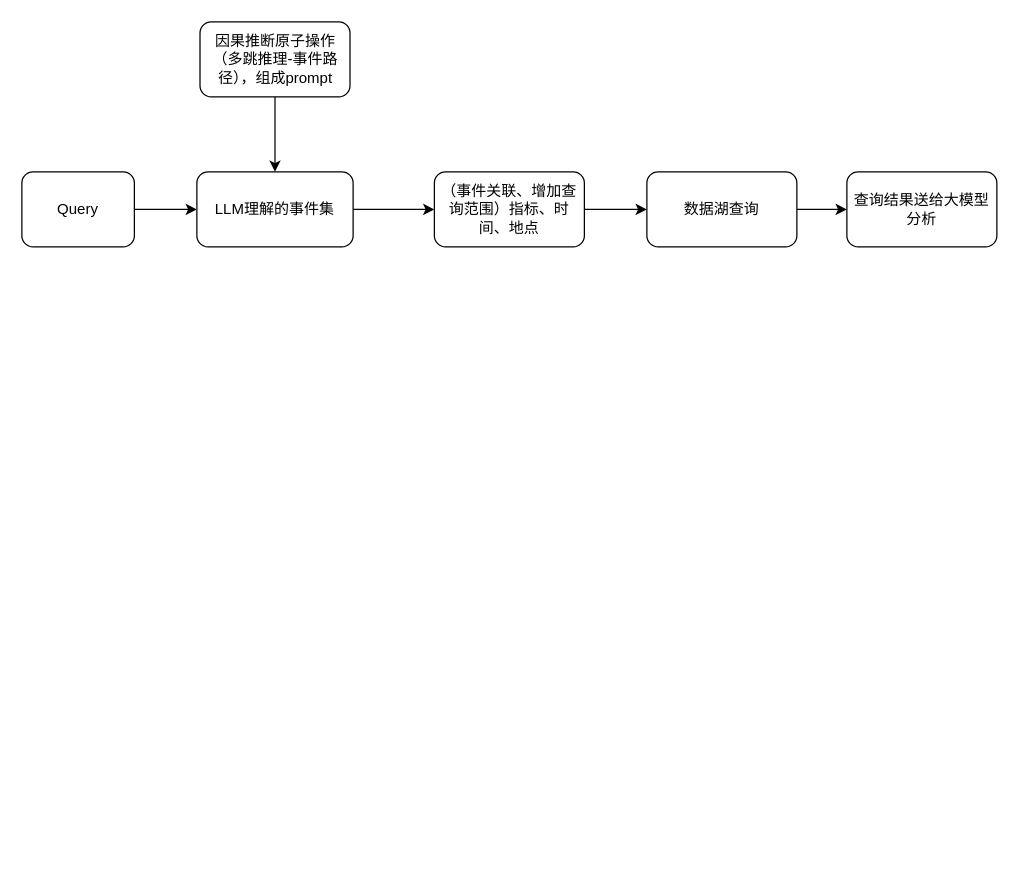
Above: 未命名绘图.drawio in HanYang1385/Master-Thesis (draw.io), before the change. Source tidied: cells renumbered, new cells numbered last; positions are measured from the earlier drawing's top-left corner, leaving out a move shared by most shapes. Both pictures are drawn from the tidied source at 125%, with x=0, y=0 at pixel (21, 21).
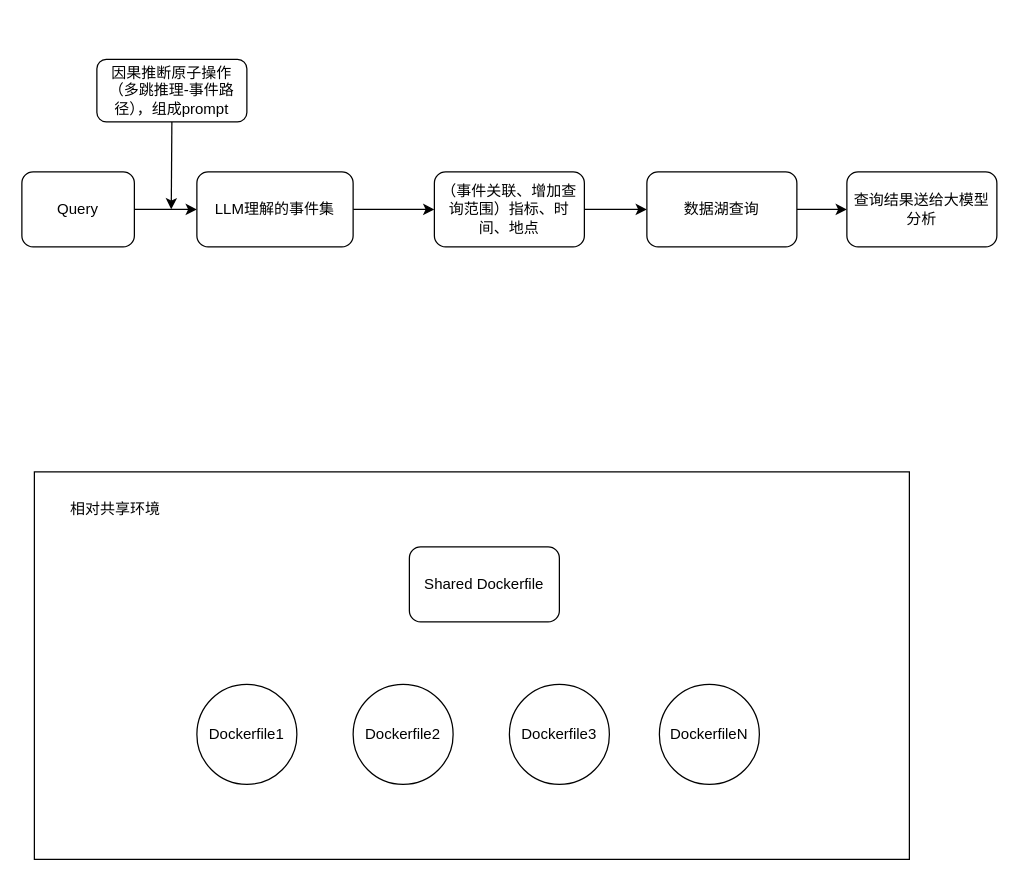
Above is the later version.

Commit message:
更新未命名绘图.drawio

The change refers to these unchanged cells:
```xml
<mxCell id="7" value="LLM理解的事件集" style="whiteSpace=wrap;html=1;rounded=1;" parent="1" vertex="1">
  <mxGeometry x="140" y="120" width="125" height="60" as="geometry" />
</mxCell>
```

The edit, as a diff of the source:
```diff
@@
+    <mxCell id="13" style="rounded=0;whiteSpace=wrap;html=1;" parent="1" vertex="1">
+      <mxGeometry x="10" y="360" width="700" height="310" as="geometry" />
+    </mxCell>
@@
-    <mxCell id="11" style="edgeStyle=orthogonalEdgeStyle;rounded=0;jettySize=auto;html=1;entryX=0.5;entryY=0;entryDx=0;entryDy=0;" parent="1" edge="1" source="12" target="7">
-      <mxGeometry relative="1" as="geometry" />
-    </mxCell>
+    <mxCell id="14" style="edgeStyle=orthogonalEdgeStyle;rounded=0;jettySize=auto;html=1;exitX=0.5;exitY=1;exitDx=0;exitDy=0;" parent="1" edge="1" source="12">
+      <mxGeometry relative="1" as="geometry">
+        <mxPoint x="119.5" y="150" as="targetPoint" />
+      </mxGeometry>
+    </mxCell>
     <mxCell id="12" value="因果推断原子操作（多跳推理-事件路径），组成prompt" style="rounded=1;whiteSpace=wrap;html=1;" parent="1" vertex="1">
-      <mxGeometry x="142.5" width="120" height="60" as="geometry" />
+      <mxGeometry x="60" y="30" width="120" height="50" as="geometry" />
     </mxCell>
+    <mxCell id="15" value="Shared Dockerfile" style="rounded=1;whiteSpace=wrap;html=1;" parent="1" vertex="1">
+      <mxGeometry x="310" y="420" width="120" height="60" as="geometry" />
+    </mxCell>
+    <mxCell id="16" value="Dockerfile1" style="ellipse;whiteSpace=wrap;html=1;" parent="1" vertex="1">
+      <mxGeometry x="140" y="530" width="80" height="80" as="geometry" />
+    </mxCell>
+    <mxCell id="17" value="Dockerfile2" style="ellipse;whiteSpace=wrap;html=1;" parent="1" vertex="1">
+      <mxGeometry x="265" y="530" width="80" height="80" as="geometry" />
+    </mxCell>
+    <mxCell id="18" value="Dockerfile3" style="ellipse;whiteSpace=wrap;html=1;" parent="1" vertex="1">
+      <mxGeometry x="390" y="530" width="80" height="80" as="geometry" />
+    </mxCell>
+    <mxCell id="19" value="DockerfileN" style="ellipse;whiteSpace=wrap;html=1;" parent="1" vertex="1">
+      <mxGeometry x="510" y="530" width="80" height="80" as="geometry" />
+    </mxCell>
+    <mxCell id="20" value="相对共享环境" style="text;html=1;strokeColor=none;fillColor=none;align=center;verticalAlign=middle;whiteSpace=wrap;rounded=0;" parent="1" vertex="1">
+      <mxGeometry x="30" y="375" width="90" height="30" as="geometry" />
+    </mxCell>
```
